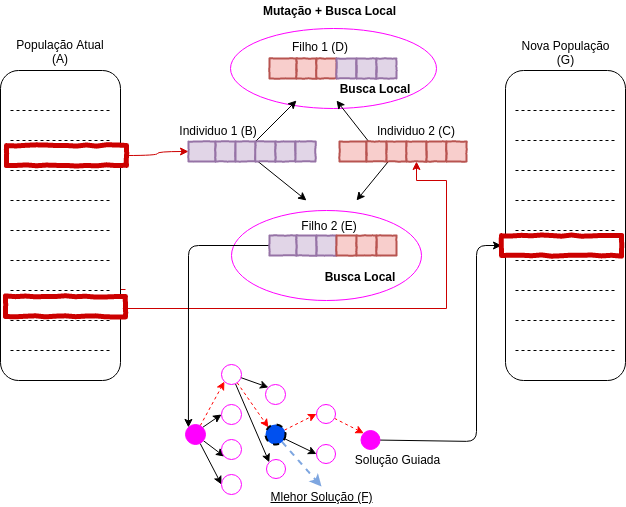
Above: Draw/GLSPR.drawio.png in thuansilva/Estudo (draw.io), before the change. Source tidied: cells renumbered, new cells last; positions are measured from the earlier drawing's top-left corner, leaving out a move shared by most shapes.
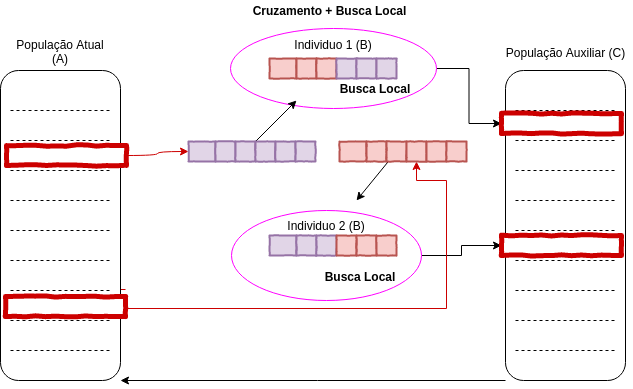
Later version of the same file.

Commit message:
ERRATA do GLSPR

Diff of the diagram source:
```diff
@@ -2,9 +2,15 @@
   <root>
     <mxCell id="0" />
     <mxCell id="1" parent="0" />
+    <mxCell id="92" style="edgeStyle=orthogonalEdgeStyle;rounded=0;jettySize=auto;html=1;entryX=0;entryY=0.5;entryDx=0;entryDy=0;" parent="1" edge="1" source="2" target="95">
+      <mxGeometry relative="1" as="geometry" />
+    </mxCell>
     <mxCell id="2" style="ellipse;whiteSpace=wrap;html=1;strokeColor=#FF00FF;strokeWidth=1;fillColor=#FFFFFF;gradientColor=none;" parent="1" vertex="1">
       <mxGeometry x="230" y="28" width="206" height="80" as="geometry" />
     </mxCell>
+    <mxCell id="93" style="edgeStyle=orthogonalEdgeStyle;rounded=0;jettySize=auto;html=1;exitX=1;exitY=0.5;exitDx=0;exitDy=0;entryX=0;entryY=0.5;entryDx=0;entryDy=0;" parent="1" edge="1" source="3" target="87">
+      <mxGeometry relative="1" as="geometry" />
+    </mxCell>
     <mxCell id="3" style="ellipse;whiteSpace=wrap;html=1;strokeColor=#FF00FF;strokeWidth=1;fillColor=#FFFFFF;gradientColor=none;" parent="1" vertex="1">
       <mxGeometry x="231" y="210" width="190" height="90" as="geometry" />
     </mxCell>
@@ -77,6 +83,14 @@
         <mxPoint x="110" y="350" as="targetPoint" />
       </mxGeometry>
     </mxCell>
+    <mxCell id="94" style="edgeStyle=orthogonalEdgeStyle;rounded=0;jettySize=auto;html=1;exitX=0;exitY=1;exitDx=0;exitDy=0;entryX=1;entryY=1;entryDx=0;entryDy=0;" parent="1" edge="1" source="15" target="5">
+      <mxGeometry relative="1" as="geometry">
+        <Array as="points">
+          <mxPoint x="317" y="380" />
+          <mxPoint x="317" y="380" />
+        </Array>
+      </mxGeometry>
+    </mxCell>
     <mxCell id="15" style="rounded=1;whiteSpace=wrap;html=1;" parent="1" vertex="1">
       <mxGeometry x="505" y="70" width="120" height="310" as="geometry" />
     </mxCell>
@@ -140,13 +154,6 @@
     <mxCell id="26" style="html=1;whiteSpace=wrap;comic=1;strokeWidth=5;fontFamily=Comic Sans MS;fontStyle=1;fillColor=#FFFFFF;strokeColor=#CC0000;fontColor=#ffffff;" parent="1" vertex="1">
       <mxGeometry x="6" y="145" width="120" height="20" as="geometry" />
     </mxCell>
-    <mxCell id="27" style="edgeStyle=none;rounded=1;jettySize=auto;html=1;entryX=0;entryY=0;entryDx=0;entryDy=0;strokeColor=#000000;strokeWidth=1;" parent="1" edge="1" source="28" target="68">
-      <mxGeometry relative="1" as="geometry">
-        <Array as="points">
-          <mxPoint x="188" y="245" />
-        </Array>
-      </mxGeometry>
-    </mxCell>
     <mxCell id="28" style="html=1;whiteSpace=wrap;comic=1;strokeWidth=2;fontFamily=Comic Sans MS;fontStyle=1;fillColor=#e1d5e7;strokeColor=#9673a6;" parent="1" vertex="1">
       <mxGeometry x="269" y="235" width="27" height="20" as="geometry" />
     </mxCell>
@@ -171,11 +178,6 @@
     <mxCell id="35" style="html=1;whiteSpace=wrap;comic=1;strokeWidth=2;fontFamily=Comic Sans MS;fontStyle=1;fillColor=#e1d5e7;strokeColor=#9673a6;" parent="1" vertex="1">
       <mxGeometry x="215" y="141" width="20" height="20" as="geometry" />
     </mxCell>
-    <mxCell id="36" style="edgeStyle=none;rounded=0;jettySize=auto;html=1;strokeColor=#000000;" parent="1" edge="1" source="38">
-      <mxGeometry relative="1" as="geometry">
-        <mxPoint x="306" y="200" as="targetPoint" />
-      </mxGeometry>
-    </mxCell>
     <mxCell id="37" style="edgeStyle=none;rounded=0;jettySize=auto;html=1;strokeColor=#000000;" parent="1" edge="1" source="38">
       <mxGeometry relative="1" as="geometry">
         <mxPoint x="296" y="100" as="targetPoint" />
@@ -196,11 +198,6 @@
     <mxCell id="42" style="html=1;whiteSpace=wrap;comic=1;strokeWidth=2;fontFamily=Comic Sans MS;fontStyle=1;fillColor=#f8cecc;strokeColor=#b85450;" parent="1" vertex="1">
       <mxGeometry x="339" y="141" width="27" height="20" as="geometry" />
     </mxCell>
-    <mxCell id="43" style="edgeStyle=none;rounded=0;jettySize=auto;html=1;strokeColor=#000000;" parent="1" edge="1" source="44">
-      <mxGeometry relative="1" as="geometry">
-        <mxPoint x="336" y="100" as="targetPoint" />
-      </mxGeometry>
-    </mxCell>
     <mxCell id="44" style="html=1;whiteSpace=wrap;comic=1;strokeWidth=2;fontFamily=Comic Sans MS;fontStyle=1;fillColor=#f8cecc;strokeColor=#b85450;" parent="1" vertex="1">
       <mxGeometry x="366" y="141" width="20" height="20" as="geometry" />
     </mxCell>
@@ -240,10 +237,10 @@
       <mxGeometry x="376" y="58" width="20" height="20" as="geometry" />
     </mxCell>
     <mxCell id="56" value="Individuo 1 (B)" style="text;html=1;strokeColor=none;fillColor=none;align=center;verticalAlign=middle;whiteSpace=wrap;rounded=0;" parent="1" vertex="1">
-      <mxGeometry x="173" y="120" width="90" height="20" as="geometry" />
+      <mxGeometry x="288" y="34" width="90" height="20" as="geometry" />
     </mxCell>
-    <mxCell id="57" value="Individuo 2 (C)" style="text;html=1;strokeColor=none;fillColor=none;align=center;verticalAlign=middle;whiteSpace=wrap;rounded=0;" parent="1" vertex="1">
-      <mxGeometry x="371" y="120" width="90" height="20" as="geometry" />
+    <mxCell id="57" value="Individuo 2 (B)" style="text;html=1;strokeColor=none;fillColor=none;align=center;verticalAlign=middle;whiteSpace=wrap;rounded=0;" parent="1" vertex="1">
+      <mxGeometry x="281" y="215" width="90" height="20" as="geometry" />
     </mxCell>
     <mxCell id="58" style="html=1;whiteSpace=wrap;comic=1;strokeWidth=5;fontFamily=Comic Sans MS;fontStyle=1;fillColor=#FFFFFF;strokeColor=#CC0000;fontColor=#ffffff;" parent="1" vertex="1">
       <mxGeometry x="5" y="296" width="120" height="20" as="geometry" />
@@ -251,106 +248,23 @@
     <mxCell id="59" value="&lt;b&gt;Busca Local&lt;/b&gt;&lt;span style=&quot;color: rgba(0 , 0 , 0 , 0) ; font-family: monospace ; font-size: 0px&quot;&gt;%3CmxGraphModel%3E%3Croot%3E%3CmxCell%20id%3D%220%22%2F%3E%3CmxCell%20id%3D%221%22%20parent%3D%220%22%2F%3E%3CmxCell%20id%3D%222%22%20value%3D%22Filho%202%22%20style%3D%22text%3Bhtml%3D1%3BstrokeColor%3Dnone%3BfillColor%3Dnone%3Balign%3Dcenter%3BverticalAlign%3Dmiddle%3BwhiteSpace%3Dwrap%3Brounded%3D0%3B%22%20vertex%3D%221%22%20parent%3D%221%22%3E%3CmxGeometry%20x%3D%22345%22%20y%3D%22325%22%20width%3D%2290%22%20height%3D%2220%22%20as%3D%22geometry%22%2F%3E%3C%2FmxCell%3E%3C%2Froot%3E%3C%2FmxGraphModel%3E&lt;/span&gt;" style="text;html=1;strokeColor=none;fillColor=none;align=center;verticalAlign=middle;whiteSpace=wrap;rounded=0;" parent="1" vertex="1">
       <mxGeometry x="315" y="266" width="90" height="20" as="geometry" />
     </mxCell>
-    <mxCell id="60" value="Filho 1 (D)" style="text;html=1;strokeColor=none;fillColor=none;align=center;verticalAlign=middle;whiteSpace=wrap;rounded=0;" parent="1" vertex="1">
-      <mxGeometry x="275" y="36" width="90" height="20" as="geometry" />
-    </mxCell>
     <mxCell id="61" value="&lt;b&gt;Busca Local&lt;/b&gt;&lt;span style=&quot;color: rgba(0 , 0 , 0 , 0) ; font-family: monospace ; font-size: 0px&quot;&gt;%3CmxGraphModel%3E%3Croot%3E%3CmxCell%20id%3D%220%22%2F%3E%3CmxCell%20id%3D%221%22%20parent%3D%220%22%2F%3E%3CmxCell%20id%3D%222%22%20value%3D%22Filho%202%22%20style%3D%22text%3Bhtml%3D1%3BstrokeColor%3Dnone%3BfillColor%3Dnone%3Balign%3Dcenter%3BverticalAlign%3Dmiddle%3BwhiteSpace%3Dwrap%3Brounded%3D0%3B%22%20vertex%3D%221%22%20parent%3D%221%22%3E%3CmxGeometry%20x%3D%22345%22%20y%3D%22325%22%20width%3D%2290%22%20height%3D%2220%22%20as%3D%22geometry%22%2F%3E%3C%2FmxCell%3E%3C%2Froot%3E%3C%2FmxGraphModel%3E&lt;/span&gt;" style="text;html=1;strokeColor=none;fillColor=none;align=center;verticalAlign=middle;whiteSpace=wrap;rounded=0;" parent="1" vertex="1">
       <mxGeometry x="330" y="78" width="90" height="20" as="geometry" />
     </mxCell>
-    <mxCell id="62" value="Filho 2 (E)" style="text;html=1;strokeColor=none;fillColor=none;align=center;verticalAlign=middle;whiteSpace=wrap;rounded=0;" parent="1" vertex="1">
-      <mxGeometry x="284" y="215" width="90" height="20" as="geometry" />
-    </mxCell>
-    <mxCell id="63" value="&lt;b&gt;Mutação + Busca Local&lt;/b&gt;" style="text;html=1;strokeColor=none;fillColor=none;align=center;verticalAlign=middle;whiteSpace=wrap;rounded=0;" parent="1" vertex="1">
+    <mxCell id="63" value="&lt;b&gt;Cruzamento + Busca Local&lt;/b&gt;" style="text;html=1;strokeColor=none;fillColor=none;align=center;verticalAlign=middle;whiteSpace=wrap;rounded=0;" parent="1" vertex="1">
       <mxGeometry x="231" width="197" height="20" as="geometry" />
     </mxCell>
-    <mxCell id="64" style="rounded=0;jettySize=auto;html=1;exitX=1;exitY=0;exitDx=0;exitDy=0;entryX=0;entryY=0.5;entryDx=0;entryDy=0;" parent="1" edge="1" source="68" target="71">
-      <mxGeometry relative="1" as="geometry" />
-    </mxCell>
-    <mxCell id="65" style="edgeStyle=none;rounded=0;jettySize=auto;html=1;entryX=0;entryY=1;entryDx=0;entryDy=0;strokeColor=#FF0000;dashed=1;" parent="1" edge="1" source="68" target="75">
-      <mxGeometry relative="1" as="geometry" />
-    </mxCell>
-    <mxCell id="66" style="edgeStyle=none;rounded=0;jettySize=auto;html=1;entryX=0;entryY=0.5;entryDx=0;entryDy=0;" parent="1" edge="1" source="68" target="69">
-      <mxGeometry relative="1" as="geometry" />
-    </mxCell>
-    <mxCell id="67" style="edgeStyle=none;rounded=0;jettySize=auto;html=1;entryX=0;entryY=1;entryDx=0;entryDy=0;" parent="1" edge="1" source="68" target="70">
-      <mxGeometry relative="1" as="geometry" />
-    </mxCell>
-    <mxCell id="68" style="ellipse;whiteSpace=wrap;html=1;strokeColor=#FF00FF;strokeWidth=1;fillColor=#FF00FF;gradientColor=none;" parent="1" vertex="1">
-      <mxGeometry x="185" y="424" width="20" height="20" as="geometry" />
-    </mxCell>
-    <mxCell id="69" style="ellipse;whiteSpace=wrap;html=1;strokeColor=#FF00FF;strokeWidth=1;fillColor=#FFFFFF;gradientColor=none;" parent="1" vertex="1">
-      <mxGeometry x="221" y="474" width="20" height="20" as="geometry" />
-    </mxCell>
-    <mxCell id="70" style="ellipse;whiteSpace=wrap;html=1;strokeColor=#FF00FF;strokeWidth=1;fillColor=#FFFFFF;gradientColor=none;" parent="1" vertex="1">
-      <mxGeometry x="221" y="439" width="20" height="20" as="geometry" />
-    </mxCell>
-    <mxCell id="71" style="ellipse;whiteSpace=wrap;html=1;strokeColor=#FF00FF;strokeWidth=1;fillColor=#FFFFFF;gradientColor=none;" parent="1" vertex="1">
-      <mxGeometry x="221" y="404" width="20" height="20" as="geometry" />
-    </mxCell>
-    <mxCell id="72" style="edgeStyle=none;rounded=0;jettySize=auto;html=1;entryX=0;entryY=0;entryDx=0;entryDy=0;" parent="1" edge="1" source="75" target="76">
-      <mxGeometry relative="1" as="geometry" />
-    </mxCell>
-    <mxCell id="73" style="edgeStyle=none;rounded=0;jettySize=auto;html=1;entryX=0;entryY=0;entryDx=0;entryDy=0;fillColor=#f8cecc;strokeColor=#FF0000;strokeWidth=1;dashed=1;" parent="1" edge="1" source="75" target="80">
-      <mxGeometry relative="1" as="geometry" />
-    </mxCell>
-    <mxCell id="74" style="edgeStyle=none;rounded=0;jettySize=auto;html=1;entryX=0;entryY=0;entryDx=0;entryDy=0;" parent="1" edge="1" source="75" target="81">
-      <mxGeometry relative="1" as="geometry" />
-    </mxCell>
-    <mxCell id="75" style="ellipse;whiteSpace=wrap;html=1;strokeColor=#FF00FF;strokeWidth=1;fillColor=#FFFFFF;gradientColor=none;" parent="1" vertex="1">
-      <mxGeometry x="221" y="364" width="20" height="20" as="geometry" />
-    </mxCell>
-    <mxCell id="76" style="ellipse;whiteSpace=wrap;html=1;strokeColor=#FF00FF;strokeWidth=1;fillColor=#FFFFFF;gradientColor=none;" parent="1" vertex="1">
-      <mxGeometry x="265" y="384" width="20" height="20" as="geometry" />
-    </mxCell>
-    <mxCell id="77" style="edgeStyle=none;rounded=0;jettySize=auto;html=1;entryX=0;entryY=0.5;entryDx=0;entryDy=0;strokeColor=#FF0000;dashed=1;" parent="1" edge="1" source="80" target="84">
-      <mxGeometry relative="1" as="geometry" />
-    </mxCell>
-    <mxCell id="78" style="edgeStyle=none;rounded=0;jettySize=auto;html=1;entryX=0;entryY=0.5;entryDx=0;entryDy=0;" parent="1" edge="1" source="80" target="82">
-      <mxGeometry relative="1" as="geometry" />
-    </mxCell>
-    <mxCell id="79" style="edgeStyle=none;rounded=1;jettySize=auto;html=1;entryX=0.5;entryY=0;entryDx=0;entryDy=0;strokeColor=#7EA6E0;strokeWidth=2;dashed=1;" parent="1" edge="1" source="80" target="88">
-      <mxGeometry relative="1" as="geometry" />
-    </mxCell>
-    <mxCell id="80" style="ellipse;whiteSpace=wrap;html=1;strokeColor=#000000;strokeWidth=2;fillColor=#0050ef;dashed=1;fontColor=#ffffff;gradientColor=none;" parent="1" vertex="1">
-      <mxGeometry x="265" y="424" width="20" height="20" as="geometry" />
-    </mxCell>
-    <mxCell id="81" style="ellipse;whiteSpace=wrap;html=1;strokeColor=#FF00FF;strokeWidth=1;fillColor=#FFFFFF;gradientColor=none;" parent="1" vertex="1">
-      <mxGeometry x="266" y="459" width="19" height="19" as="geometry" />
-    </mxCell>
-    <mxCell id="82" style="ellipse;whiteSpace=wrap;html=1;strokeColor=#FF00FF;strokeWidth=1;fillColor=#FFFFFF;gradientColor=none;" parent="1" vertex="1">
-      <mxGeometry x="316" y="444" width="19" height="19" as="geometry" />
-    </mxCell>
-    <mxCell id="83" style="edgeStyle=none;rounded=0;jettySize=auto;html=1;entryX=0;entryY=0;entryDx=0;entryDy=0;strokeColor=#FF0000;dashed=1;" parent="1" edge="1" source="84" target="86">
-      <mxGeometry relative="1" as="geometry" />
-    </mxCell>
-    <mxCell id="84" style="ellipse;whiteSpace=wrap;html=1;strokeColor=#FF00FF;strokeWidth=1;fillColor=#FFFFFF;gradientColor=none;" parent="1" vertex="1">
-      <mxGeometry x="316" y="404" width="19" height="19" as="geometry" />
-    </mxCell>
-    <mxCell id="85" style="edgeStyle=none;rounded=1;jettySize=auto;html=1;entryX=0;entryY=0.5;entryDx=0;entryDy=0;strokeColor=#000000;strokeWidth=1;" parent="1" edge="1" source="86" target="87">
-      <mxGeometry relative="1" as="geometry">
-        <Array as="points">
-          <mxPoint x="476" y="441" />
-          <mxPoint x="476" y="245" />
-        </Array>
-      </mxGeometry>
-    </mxCell>
-    <mxCell id="86" style="ellipse;whiteSpace=wrap;html=1;strokeColor=#FF00FF;strokeWidth=1;fillColor=#FF00FF;gradientColor=none;" parent="1" vertex="1">
-      <mxGeometry x="360.5" y="430" width="19" height="19" as="geometry" />
-    </mxCell>
     <mxCell id="87" style="html=1;whiteSpace=wrap;comic=1;strokeWidth=5;fontFamily=Comic Sans MS;fontStyle=1;fillColor=#FFFFFF;strokeColor=#CC0000;fontColor=#ffffff;" parent="1" vertex="1">
       <mxGeometry x="501" y="235" width="120" height="20" as="geometry" />
     </mxCell>
-    <mxCell id="88" value="&lt;u&gt;Mlehor Solução (F)&lt;/u&gt;" style="text;html=1;strokeColor=none;fillColor=none;align=center;verticalAlign=middle;whiteSpace=wrap;rounded=0;" parent="1" vertex="1">
-      <mxGeometry x="262.5" y="486" width="117" height="20" as="geometry" />
-    </mxCell>
-    <mxCell id="89" value="Solução Guiada" style="text;html=1;strokeColor=none;fillColor=none;align=center;verticalAlign=middle;whiteSpace=wrap;rounded=0;" parent="1" vertex="1">
-      <mxGeometry x="339" y="449" width="117" height="20" as="geometry" />
-    </mxCell>
     <mxCell id="90" value="População Atual (A)" style="text;html=1;strokeColor=none;fillColor=none;align=center;verticalAlign=middle;whiteSpace=wrap;rounded=0;" parent="1" vertex="1">
       <mxGeometry x="15" y="41" width="90" height="20" as="geometry" />
     </mxCell>
-    <mxCell id="91" value="Nova População (G)" style="text;html=1;strokeColor=none;fillColor=none;align=center;verticalAlign=middle;whiteSpace=wrap;rounded=0;" parent="1" vertex="1">
-      <mxGeometry x="515" y="42" width="101" height="20" as="geometry" />
+    <mxCell id="91" value="População Auxiliar (C)" style="text;html=1;strokeColor=none;fillColor=none;align=center;verticalAlign=middle;whiteSpace=wrap;rounded=0;" parent="1" vertex="1">
+      <mxGeometry x="499" y="42" width="133" height="20" as="geometry" />
     </mxCell>
+    <mxCell id="95" style="html=1;whiteSpace=wrap;comic=1;strokeWidth=5;fontFamily=Comic Sans MS;fontStyle=1;fillColor=#FFFFFF;strokeColor=#CC0000;fontColor=#ffffff;" parent="1" vertex="1">
+      <mxGeometry x="501" y="113" width="120" height="20" as="geometry" />
+    </mxCell>
   </root>
 </mxGraphModel>
```
